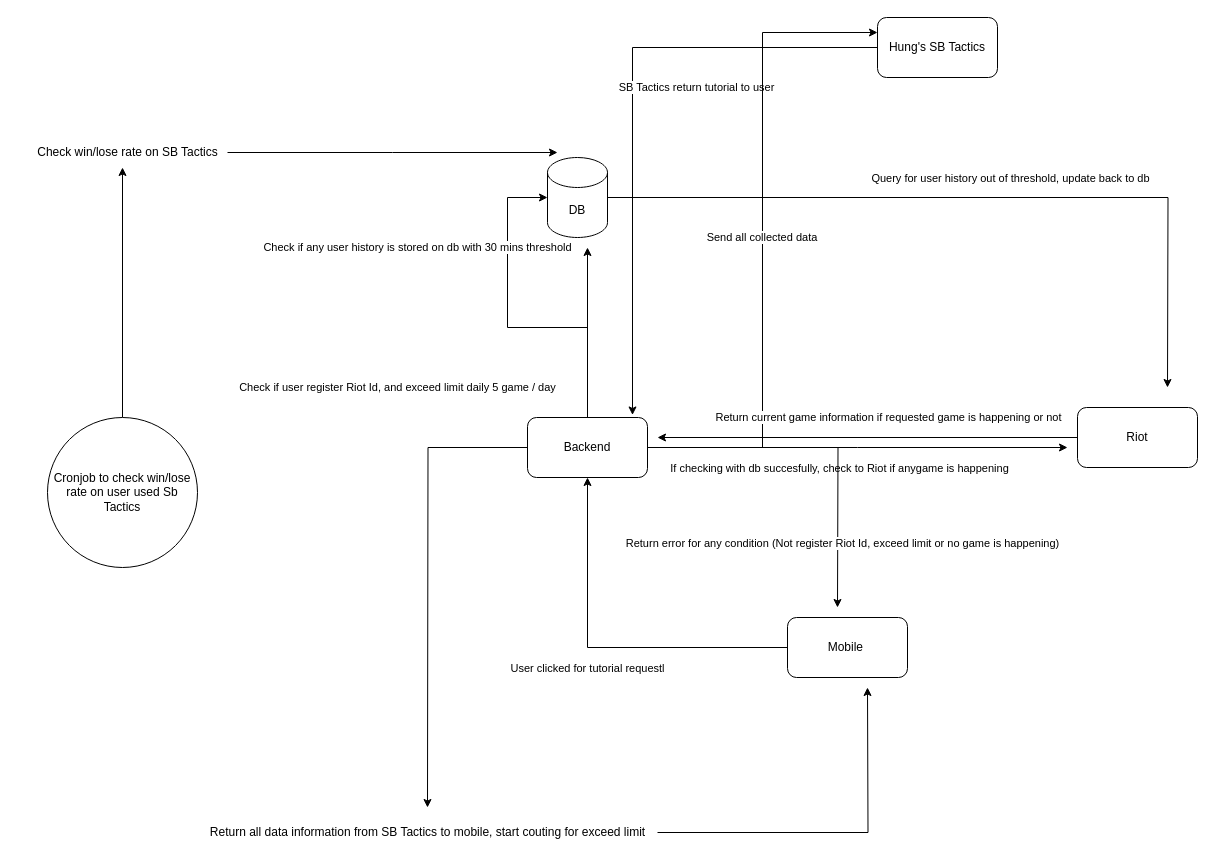
Zinley-dev/ios-app keeps this draw.io diagram as SBTactics-request.drawio. Above is the earlier version. Source tidied: cells renumbered, new cells numbered last; positions are measured from the earlier drawing's top-left corner, leaving out a move shared by most shapes. Both pictures are drawn from the tidied source at 100%, with x=0, y=0 at pixel (27, 17).
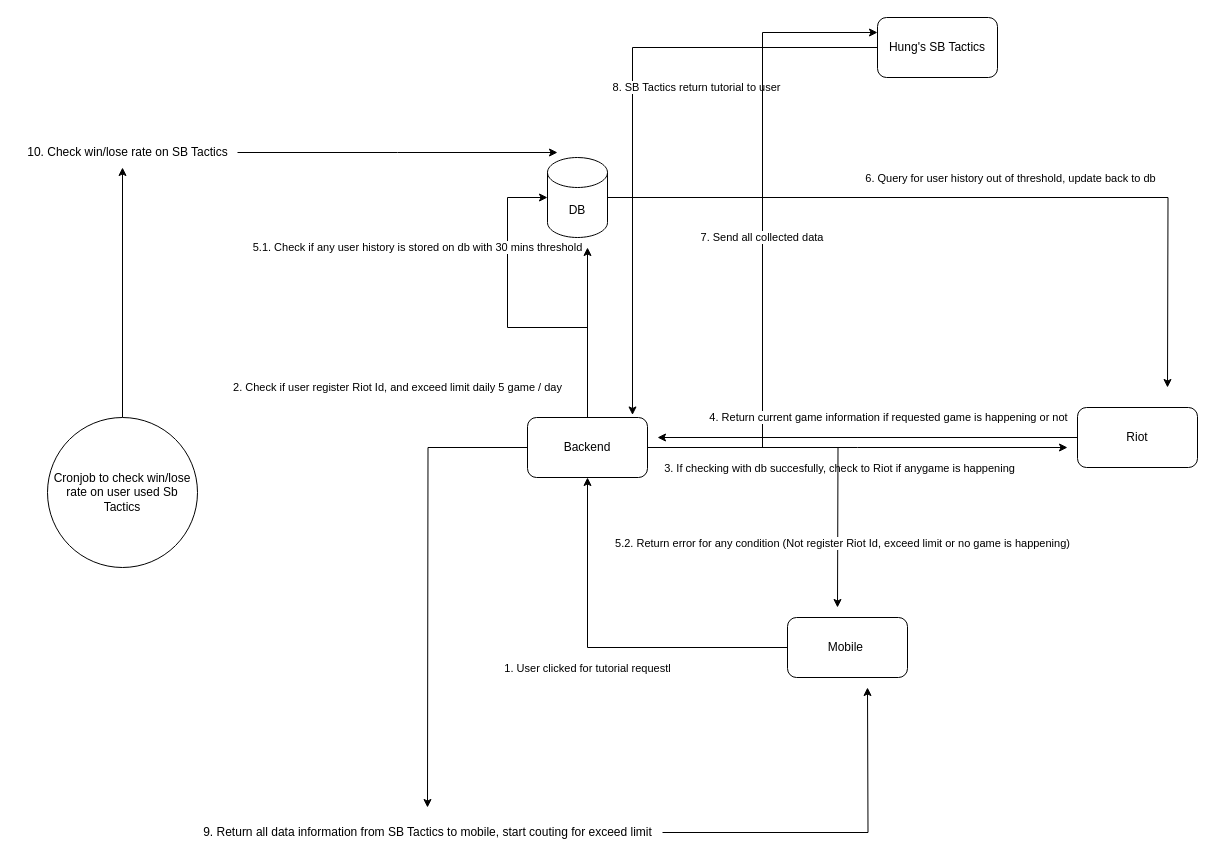
The same diagram, later.

Commit message (it also covers changes not shown here):
Cập nhật SBTactics-request.drawio

The change refers to these unchanged cells:
```xml
<mxCell id="2" style="edgeStyle=orthogonalEdgeStyle;rounded=0;jettySize=auto;html=1;" parent="1" edge="1" source="4" target="16">
  <mxGeometry relative="1" as="geometry" />
</mxCell>
<mxCell id="6" value="Hung's SB Tactics" style="rounded=1;whiteSpace=wrap;html=1;" parent="1" vertex="1">
  <mxGeometry x="850" width="120" height="60" as="geometry" />
</mxCell>
<mxCell id="8" style="edgeStyle=orthogonalEdgeStyle;rounded=0;jettySize=auto;html=1;" parent="1" edge="1" source="16">
  <mxGeometry relative="1" as="geometry">
    <mxPoint x="1040" y="430" as="targetPoint" />
  </mxGeometry>
</mxCell>
<mxCell id="10" style="edgeStyle=orthogonalEdgeStyle;rounded=0;jettySize=auto;html=1;" parent="1" edge="1" source="16">
  <mxGeometry relative="1" as="geometry">
    <mxPoint x="810" y="590" as="targetPoint" />
  </mxGeometry>
</mxCell>
<mxCell id="13" style="edgeStyle=orthogonalEdgeStyle;rounded=0;jettySize=auto;html=1;entryX=0;entryY=0.25;entryDx=0;entryDy=0;" parent="1" edge="1" source="16" target="6">
  <mxGeometry relative="1" as="geometry" />
</mxCell>
<mxCell id="16" value="Backend" style="rounded=1;whiteSpace=wrap;html=1;" parent="1" vertex="1">
  <mxGeometry x="500" y="400" width="120" height="60" as="geometry" />
</mxCell>
<mxCell id="17" style="edgeStyle=orthogonalEdgeStyle;rounded=0;jettySize=auto;html=1;" parent="1" edge="1" source="19">
  <mxGeometry relative="1" as="geometry">
    <mxPoint x="1140" y="370" as="targetPoint" />
  </mxGeometry>
</mxCell>
<mxCell id="19" value="DB&lt;br&gt;" style="shape=cylinder3;whiteSpace=wrap;html=1;boundedLbl=1;backgroundOutline=1;size=15;" parent="1" vertex="1">
  <mxGeometry x="520" y="140" width="60" height="80" as="geometry" />
</mxCell>
<mxCell id="21" value="Riot" style="rounded=1;whiteSpace=wrap;html=1;" parent="1" vertex="1">
  <mxGeometry x="1050" y="390" width="120" height="60" as="geometry" />
</mxCell>
```

Diff of the diagram source:
```diff
@@
-    <mxCell id="3" value="User clicked for tutorial requestl" style="edgeLabel;html=1;align=center;verticalAlign=middle;" parent="2" vertex="1">
+    <mxCell id="3" value="1. User clicked for tutorial requestl" style="edgeLabel;html=1;align=center;verticalAlign=middle;" parent="2" vertex="1">
       <mxGeometry x="0.08" relative="1" as="geometry">
         <mxPoint x="-1" y="20" as="offset" />
       </mxGeometry>
     </mxCell>
@@
-    <mxCell id="5" value="SB Tactics return tutorial to user" style="edgeStyle=orthogonalEdgeStyle;rounded=0;jettySize=auto;html=1;entryX=0.875;entryY=-0.042;entryDx=0;entryDy=0;entryPerimeter=0;" parent="1" edge="1" source="6" target="16">
+    <mxCell id="5" value="8. SB Tactics return tutorial to user" style="edgeStyle=orthogonalEdgeStyle;rounded=0;jettySize=auto;html=1;entryX=0.875;entryY=-0.042;entryDx=0;entryDy=0;entryPerimeter=0;" parent="1" edge="1" source="6" target="16">
       <mxGeometry x="-0.41" y="40" relative="1" as="geometry" />
     </mxCell>
@@
-    <mxCell id="7" value="Check if user register Riot Id, and exceed limit daily 5 game / day" style="edgeStyle=orthogonalEdgeStyle;rounded=0;jettySize=auto;html=1;" parent="1" edge="1" source="16">
+    <mxCell id="7" value="2. Check if user register Riot Id, and exceed limit daily 5 game / day" style="edgeStyle=orthogonalEdgeStyle;rounded=0;jettySize=auto;html=1;" parent="1" edge="1" source="16">
       <mxGeometry x="-0.65" y="190" relative="1" as="geometry">
         <mxPoint x="560" y="230" as="targetPoint" />
       </mxGeometry>
     </mxCell>
@@
-    <mxCell id="9" value="If checking with db succesfully, check to Riot if anygame is happening" style="edgeLabel;html=1;align=center;verticalAlign=middle;" parent="8" vertex="1">
+    <mxCell id="9" value="3. If checking with db succesfully, check to Riot if anygame is happening" style="edgeLabel;html=1;align=center;verticalAlign=middle;" parent="8" vertex="1">
       <mxGeometry x="-0.26" relative="1" as="geometry">
         <mxPoint x="35" y="20" as="offset" />
       </mxGeometry>
     </mxCell>
@@
-    <mxCell id="11" value="Return error for any condition (Not register Riot Id, exceed limit or no game is happening)" style="edgeLabel;html=1;align=center;verticalAlign=middle;" parent="10" vertex="1">
+    <mxCell id="11" value="5.2. Return error for any condition (Not register Riot Id, exceed limit or no game is happening)" style="edgeLabel;html=1;align=center;verticalAlign=middle;" parent="10" vertex="1">
       <mxGeometry x="0.63" y="4" relative="1" as="geometry" />
     </mxCell>
-    <mxCell id="12" value="Check if any user history is stored on db with 30 mins threshold&lt;br&gt;" style="edgeStyle=orthogonalEdgeStyle;rounded=0;jettySize=auto;html=1;entryX=0;entryY=0.5;entryDx=0;entryDy=0;entryPerimeter=0;" parent="1" edge="1" source="16" target="19">
+    <mxCell id="12" value="5.1. Check if any user history is stored on db with 30 mins threshold" style="edgeStyle=orthogonalEdgeStyle;rounded=0;jettySize=auto;html=1;entryX=0;entryY=0.5;entryDx=0;entryDy=0;entryPerimeter=0;" parent="1" edge="1" source="16" target="19">
       <mxGeometry x="0.47" y="90" relative="1" as="geometry" />
     </mxCell>
@@
-    <mxCell id="14" value="Send all collected data&amp;nbsp;" style="edgeLabel;html=1;align=center;verticalAlign=middle;" parent="13" vertex="1">
+    <mxCell id="14" value="7. Send all collected data&amp;nbsp;" style="edgeLabel;html=1;align=center;verticalAlign=middle;" parent="13" vertex="1">
       <mxGeometry x="0.01" relative="1" as="geometry">
         <mxPoint y="1" as="offset" />
       </mxGeometry>
     </mxCell>
@@
-    <mxCell id="18" value="Query for user history out of threshold, update back to db" style="edgeLabel;html=1;align=center;verticalAlign=middle;" parent="17" vertex="1">
+    <mxCell id="18" value="6. Query for user history out of threshold, update back to db" style="edgeLabel;html=1;align=center;verticalAlign=middle;" parent="17" vertex="1">
       <mxGeometry x="0.07" y="3" relative="1" as="geometry">
         <mxPoint y="-17" as="offset" />
       </mxGeometry>
     </mxCell>
@@
-    <mxCell id="20" value="Return current game information if requested game is happening or not" style="edgeStyle=orthogonalEdgeStyle;rounded=0;jettySize=auto;html=1;" parent="1" edge="1" source="21">
+    <mxCell id="20" value="4. Return current game information if requested game is happening or not" style="edgeStyle=orthogonalEdgeStyle;rounded=0;jettySize=auto;html=1;" parent="1" edge="1" source="21">
       <mxGeometry x="-0.1" y="-20" relative="1" as="geometry">
         <mxPoint x="630" y="420" as="targetPoint" />
       </mxGeometry>
     </mxCell>
@@
-    <mxCell id="23" value="Return all data information from SB Tactics to mobile, start couting for exceed limit" style="text;html=1;align=center;verticalAlign=middle;points=[];strokeColor=none;fillColor=none;" parent="1" vertex="1">
-      <mxGeometry x="170" y="800" width="460" height="30" as="geometry" />
+    <mxCell id="23" value="9. Return all data information from SB Tactics to mobile, start couting for exceed limit" style="text;html=1;align=center;verticalAlign=middle;points=[];strokeColor=none;fillColor=none;" parent="1" vertex="1">
+      <mxGeometry x="165" y="800" width="470" height="30" as="geometry" />
     </mxCell>
@@
-    <mxCell id="27" value="Check win/lose rate on SB Tactics" style="text;html=1;align=center;verticalAlign=middle;points=[];strokeColor=none;fillColor=none;" parent="1" vertex="1">
-      <mxGeometry y="120" width="200" height="30" as="geometry" />
+    <mxCell id="27" value="10. Check win/lose rate on SB Tactics" style="text;html=1;align=center;verticalAlign=middle;points=[];strokeColor=none;fillColor=none;" parent="1" vertex="1">
+      <mxGeometry x="-10" y="120" width="220" height="30" as="geometry" />
     </mxCell>
```
